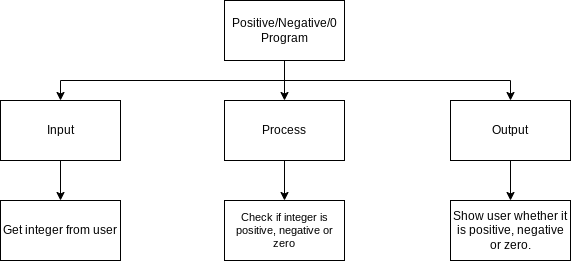
The draw.io diagram design.png in michael-clermont1/ICS3U-Unit3-04-Python, before a commit. Source tidied: cells renumbered, new cells last; positions are measured from the earlier drawing's top-left corner, leaving out a move shared by most shapes. Its diagram source:
```xml
<mxGraphModel>
  <root>
    <mxCell id="0" />
    <mxCell id="1" parent="0" />
    <mxCell id="2" style="edgeStyle=orthogonalEdgeStyle;html=1;entryX=0.5;entryY=0;entryDx=0;entryDy=0;rounded=0;" parent="1" edge="1" source="5" target="9">
      <mxGeometry relative="1" as="geometry" />
    </mxCell>
    <mxCell id="3" style="edgeStyle=orthogonalEdgeStyle;shape=connector;rounded=0;html=1;entryX=0.5;entryY=0;entryDx=0;entryDy=0;labelBackgroundColor=default;fontFamily=Helvetica;fontSize=11;fontColor=default;endArrow=classic;strokeColor=default;" parent="1" edge="1" source="5" target="7">
      <mxGeometry relative="1" as="geometry">
        <Array as="points">
          <mxPoint x="284" y="80" />
          <mxPoint x="60" y="80" />
        </Array>
      </mxGeometry>
    </mxCell>
    <mxCell id="4" style="edgeStyle=orthogonalEdgeStyle;shape=connector;rounded=0;html=1;entryX=0.5;entryY=0;entryDx=0;entryDy=0;labelBackgroundColor=default;fontFamily=Helvetica;fontSize=11;fontColor=default;endArrow=classic;strokeColor=default;" parent="1" edge="1" source="5" target="11">
      <mxGeometry relative="1" as="geometry">
        <Array as="points">
          <mxPoint x="284" y="80" />
          <mxPoint x="510" y="80" />
        </Array>
      </mxGeometry>
    </mxCell>
    <mxCell id="5" value="Positive/Negative/0 Program" style="rounded=0;whiteSpace=wrap;html=1;" parent="1" vertex="1">
      <mxGeometry x="224" width="120" height="60" as="geometry" />
    </mxCell>
    <mxCell id="6" style="edgeStyle=orthogonalEdgeStyle;shape=connector;rounded=0;html=1;entryX=0.5;entryY=0;entryDx=0;entryDy=0;labelBackgroundColor=default;fontFamily=Helvetica;fontSize=11;fontColor=default;endArrow=classic;strokeColor=default;" parent="1" edge="1" source="7" target="12">
      <mxGeometry relative="1" as="geometry" />
    </mxCell>
    <mxCell id="7" value="Input" style="rounded=0;whiteSpace=wrap;html=1;" parent="1" vertex="1">
      <mxGeometry y="100" width="120" height="60" as="geometry" />
    </mxCell>
    <mxCell id="8" style="edgeStyle=orthogonalEdgeStyle;html=1;entryX=0.5;entryY=0;entryDx=0;entryDy=0;rounded=0;" parent="1" edge="1" source="9" target="14">
      <mxGeometry relative="1" as="geometry" />
    </mxCell>
    <mxCell id="9" value="Process" style="rounded=0;whiteSpace=wrap;html=1;" parent="1" vertex="1">
      <mxGeometry x="224" y="100" width="120" height="60" as="geometry" />
    </mxCell>
    <mxCell id="10" style="edgeStyle=orthogonalEdgeStyle;html=1;entryX=0.5;entryY=0;entryDx=0;entryDy=0;rounded=0;" parent="1" edge="1" source="11" target="13">
      <mxGeometry relative="1" as="geometry" />
    </mxCell>
    <mxCell id="11" value="Output" style="rounded=0;whiteSpace=wrap;html=1;" parent="1" vertex="1">
      <mxGeometry x="450" y="100" width="120" height="60" as="geometry" />
    </mxCell>
    <mxCell id="12" value="Get integer from user" style="rounded=0;whiteSpace=wrap;html=1;" parent="1" vertex="1">
      <mxGeometry y="200" width="120" height="60" as="geometry" />
    </mxCell>
    <mxCell id="13" value="Show user whether it is positive, negative or zero." style="rounded=0;whiteSpace=wrap;html=1;" parent="1" vertex="1">
      <mxGeometry x="450" y="200" width="120" height="60" as="geometry" />
    </mxCell>
    <mxCell id="14" value="Check if integer is positive, negative or zero" style="rounded=0;whiteSpace=wrap;html=1;fontFamily=Helvetica;fontSize=11;fontColor=default;" parent="1" vertex="1">
      <mxGeometry x="224" y="200" width="120" height="60" as="geometry" />
    </mxCell>
  </root>
</mxGraphModel>
```
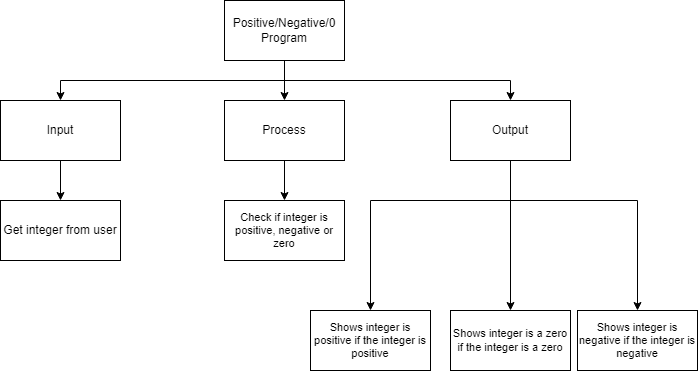
After the change.

The edit, as a diff of the source:
```diff
@@ -36,20 +36,42 @@
     <mxCell id="9" value="Process" style="rounded=0;whiteSpace=wrap;html=1;" parent="1" vertex="1">
       <mxGeometry x="224" y="100" width="120" height="60" as="geometry" />
     </mxCell>
-    <mxCell id="10" style="edgeStyle=orthogonalEdgeStyle;html=1;entryX=0.5;entryY=0;entryDx=0;entryDy=0;rounded=0;" parent="1" edge="1" source="11" target="13">
-      <mxGeometry relative="1" as="geometry" />
-    </mxCell>
+    <mxCell id="15" style="edgeStyle=orthogonalEdgeStyle;html=1;entryX=0.5;entryY=0;entryDx=0;entryDy=0;rounded=0;" parent="1" edge="1" source="11" target="18">
+      <mxGeometry relative="1" as="geometry">
+        <Array as="points">
+          <mxPoint x="510" y="200" />
+          <mxPoint x="370" y="200" />
+        </Array>
+      </mxGeometry>
+    </mxCell>
+    <mxCell id="16" style="edgeStyle=orthogonalEdgeStyle;html=1;entryX=0.5;entryY=0;entryDx=0;entryDy=0;rounded=0;" parent="1" edge="1" source="11" target="20">
+      <mxGeometry relative="1" as="geometry" />
+    </mxCell>
+    <mxCell id="17" style="edgeStyle=orthogonalEdgeStyle;html=1;entryX=0.5;entryY=0;entryDx=0;entryDy=0;rounded=0;" parent="1" edge="1" source="11" target="19">
+      <mxGeometry relative="1" as="geometry">
+        <Array as="points">
+          <mxPoint x="510" y="200" />
+          <mxPoint x="637" y="200" />
+        </Array>
+      </mxGeometry>
+    </mxCell>
     <mxCell id="11" value="Output" style="rounded=0;whiteSpace=wrap;html=1;" parent="1" vertex="1">
       <mxGeometry x="450" y="100" width="120" height="60" as="geometry" />
     </mxCell>
     <mxCell id="12" value="Get integer from user" style="rounded=0;whiteSpace=wrap;html=1;" parent="1" vertex="1">
       <mxGeometry y="200" width="120" height="60" as="geometry" />
     </mxCell>
-    <mxCell id="13" value="Show user whether it is positive, negative or zero." style="rounded=0;whiteSpace=wrap;html=1;" parent="1" vertex="1">
-      <mxGeometry x="450" y="200" width="120" height="60" as="geometry" />
-    </mxCell>
     <mxCell id="14" value="Check if integer is positive, negative or zero" style="rounded=0;whiteSpace=wrap;html=1;fontFamily=Helvetica;fontSize=11;fontColor=default;" parent="1" vertex="1">
       <mxGeometry x="224" y="200" width="120" height="60" as="geometry" />
     </mxCell>
+    <mxCell id="18" value="Shows integer is positive if the integer is positive" style="rounded=0;whiteSpace=wrap;html=1;fontFamily=Helvetica;fontSize=11;fontColor=default;" parent="1" vertex="1">
+      <mxGeometry x="310" y="310" width="120" height="60" as="geometry" />
+    </mxCell>
+    <mxCell id="19" value="Shows integer is negative if the integer is negative" style="rounded=0;whiteSpace=wrap;html=1;fontFamily=Helvetica;fontSize=11;fontColor=default;" parent="1" vertex="1">
+      <mxGeometry x="577" y="310" width="120" height="60" as="geometry" />
+    </mxCell>
+    <mxCell id="20" value="Shows integer is a zero if the integer is a zero" style="rounded=0;whiteSpace=wrap;html=1;fontFamily=Helvetica;fontSize=11;fontColor=default;" parent="1" vertex="1">
+      <mxGeometry x="450" y="310" width="120" height="60" as="geometry" />
+    </mxCell>
   </root>
 </mxGraphModel>
```
